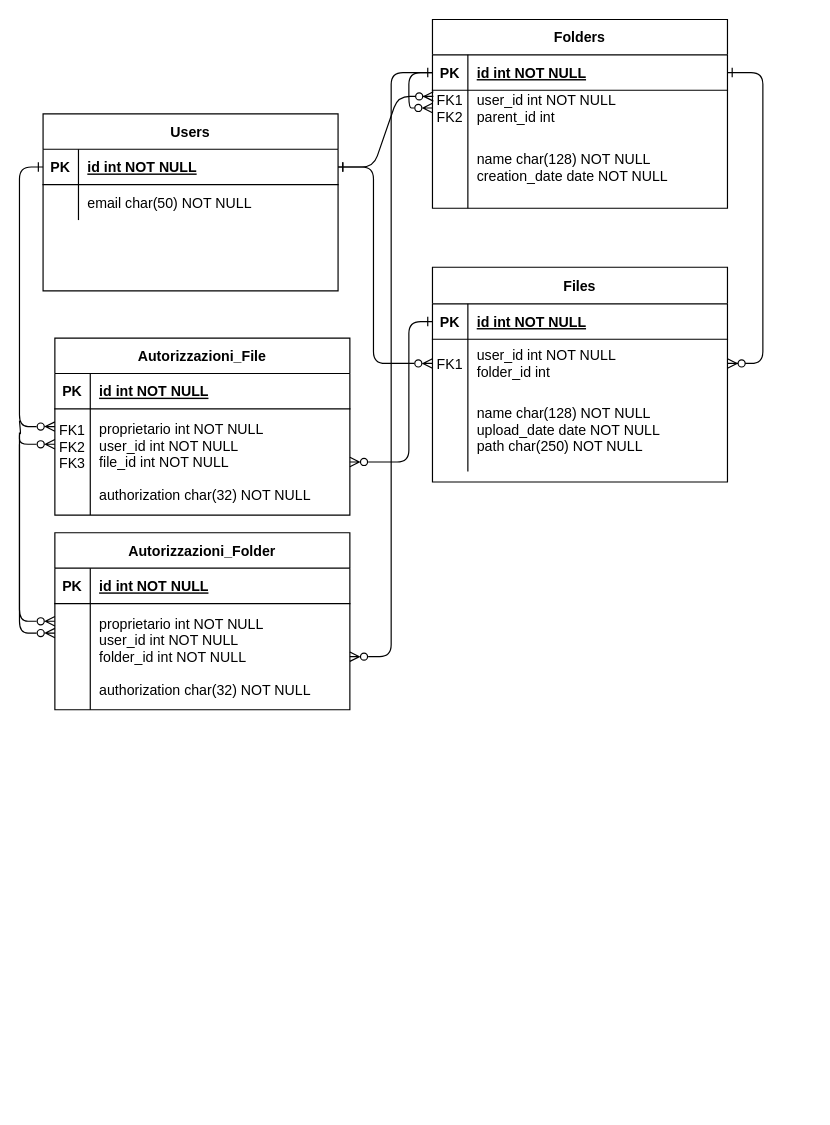
Above: Untitled Diagram.drawio in minatore06/epic_drive (draw.io), before the change. Source tidied: cells renumbered, new cells numbered last; positions are measured from the earlier drawing's top-left corner, leaving out a move shared by most shapes. Both pictures are drawn from the tidied source at 118%, with x=0, y=0 at pixel (19, 19).
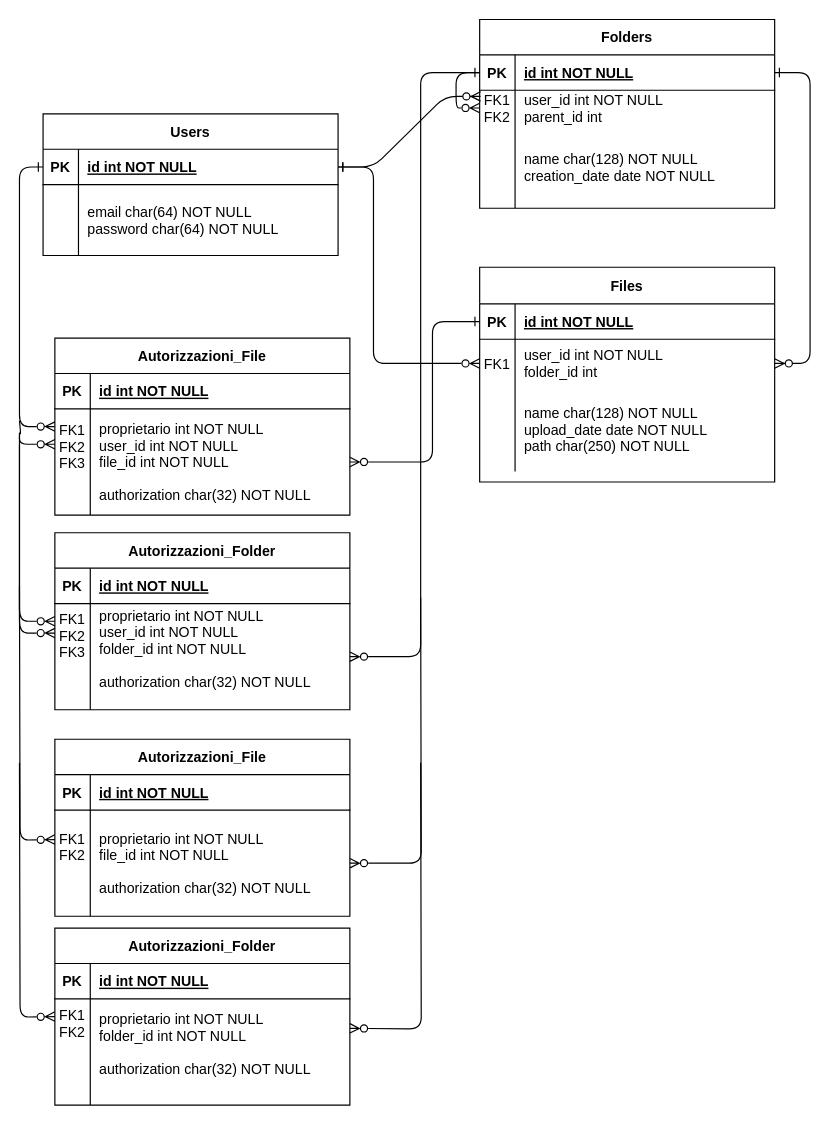
Above is the later version.

Commit message:
added link sharing to db plan.drawio

The change refers to these unchanged cells:
```xml
<mxCell id="6" style="shape=partialRectangle;fillColor=none;points=[[0,0.5],[1,0.5]];portConstraint=eastwest;top=0;left=0;right=0;bottom=1;" parent="5" vertex="1">
  <mxGeometry y="30" width="250" height="30" as="geometry" />
</mxCell>
<mxCell id="16" style="shape=partialRectangle;fillColor=none;points=[[0,0.5],[1,0.5]];portConstraint=eastwest;top=0;left=0;right=0;bottom=1;" parent="15" vertex="1">
  <mxGeometry y="31" width="250" height="30" as="geometry" />
</mxCell>
<mxCell id="38" style="shape=partialRectangle;fillColor=none;points=[[0,0.5],[1,0.5]];portConstraint=eastwest;top=0;left=0;right=0;bottom=0;" parent="34" vertex="1">
  <mxGeometry y="60" width="250" height="90" as="geometry" />
</mxCell>
<mxCell id="48" style="shape=partialRectangle;fillColor=none;points=[[0,0.5],[1,0.5]];portConstraint=eastwest;top=0;left=0;right=0;bottom=0;" parent="44" vertex="1">
  <mxGeometry y="60" width="250" height="90" as="geometry" />
</mxCell>
```

The edit, as a diff of the source:
```diff
@@
     <mxCell id="5" value="Folders" style="shape=table;startSize=30;childLayout=tableLayout;rowLines=0;fontStyle=1;align=center;" parent="1" vertex="1">
-      <mxGeometry x="350" width="250" height="160" as="geometry" />
+      <mxGeometry x="390" width="250" height="160" as="geometry" />
     </mxCell>
@@
     <mxCell id="15" value="Files" style="shape=table;startSize=31;childLayout=tableLayout;rowLines=0;fontStyle=1;align=center;" parent="1" vertex="1">
-      <mxGeometry x="350" y="210" width="250" height="182" as="geometry" />
+      <mxGeometry x="390" y="210" width="250" height="182" as="geometry" />
     </mxCell>
@@
     <mxCell id="26" value="Users" style="shape=table;startSize=30;childLayout=tableLayout;rowLines=0;fontStyle=1;align=center;" parent="1" vertex="1">
-      <mxGeometry x="20" y="80" width="250" height="150" as="geometry" />
+      <mxGeometry x="20" y="80" width="250" height="120" as="geometry" />
     </mxCell>
@@
     <mxCell id="30" style="shape=partialRectangle;fillColor=none;top=0;left=0;right=0;bottom=0;" parent="26" vertex="1">
-      <mxGeometry y="60" width="250" height="30" as="geometry" />
+      <mxGeometry y="60" width="250" height="60" as="geometry" />
     </mxCell>
     <mxCell id="31" style="shape=partialRectangle;overflow=hidden;fillColor=none;top=0;left=0;bottom=0;right=0;" parent="30" vertex="1">
-      <mxGeometry width="30" height="30" as="geometry" />
+      <mxGeometry width="30" height="60" as="geometry" />
     </mxCell>
-    <mxCell id="32" value="email char(50) NOT NULL" style="shape=partialRectangle;overflow=hidden;fillColor=none;top=0;left=0;bottom=0;right=0;align=left;spacingLeft=6;" parent="30" vertex="1">
-      <mxGeometry x="30" width="220" height="30" as="geometry" />
+    <mxCell id="32" value="email char(64) NOT NULL&#10;password char(64) NOT NULL" style="shape=partialRectangle;overflow=hidden;fillColor=none;top=0;left=0;bottom=0;right=0;align=left;spacingLeft=6;" parent="30" vertex="1">
+      <mxGeometry x="30" width="220" height="60" as="geometry" />
     </mxCell>
@@
     <mxCell id="43" style="edgeStyle=orthogonalEdgeStyle;rounded=1;jettySize=auto;html=1;entryX=0;entryY=0.5;entryDx=0;entryDy=0;startArrow=ERzeroToMany;startFill=0;endArrow=ERone;endFill=0;" parent="1" edge="1" source="38" target="16">
       <mxGeometry relative="1" as="geometry">
         <Array as="points">
-          <mxPoint x="330" y="375" />
-          <mxPoint x="330" y="256" />
+          <mxPoint x="350" y="375" />
+          <mxPoint x="350" y="256" />
         </Array>
       </mxGeometry>
     </mxCell>
@@
-    <mxCell id="50" value="proprietario int NOT NULL&#10;user_id int NOT NULL&#10;folder_id int NOT NULL&#10;&#10;authorization char(32) NOT NULL" style="shape=partialRectangle;overflow=hidden;fillColor=none;top=0;left=0;bottom=0;right=0;align=left;spacingLeft=6;" parent="48" vertex="1">
+    <mxCell id="50" value="proprietario int NOT NULL&#10;user_id int NOT NULL&#10;folder_id int NOT NULL&#10;&#10;authorization char(32) NOT NULL&#10;" style="shape=partialRectangle;overflow=hidden;fillColor=none;top=0;left=0;bottom=0;right=0;align=left;spacingLeft=6;" parent="48" vertex="1">
       <mxGeometry x="30" width="220" height="90" as="geometry" />
     </mxCell>
@@
     <mxCell id="53" style="edgeStyle=orthogonalEdgeStyle;rounded=1;jettySize=auto;html=1;entryX=0;entryY=0.5;entryDx=0;entryDy=0;endArrow=none;endFill=0;startArrow=ERzeroToMany;startFill=0;" parent="1" edge="1" source="48" target="6">
-      <mxGeometry relative="1" as="geometry" />
+      <mxGeometry relative="1" as="geometry">
+        <Array as="points">
+          <mxPoint x="340" y="540" />
+          <mxPoint x="340" y="45" />
+        </Array>
+      </mxGeometry>
     </mxCell>
+    <mxCell id="54" value="FK1&#10;FK2&#10;FK3&#10;" style="shape=partialRectangle;overflow=hidden;fillColor=none;top=0;left=0;bottom=0;right=0;" parent="1" vertex="1">
+      <mxGeometry x="30" y="500" width="30" height="41" as="geometry" />
+    </mxCell>
+    <mxCell id="55" style="shape=partialRectangle;fillColor=none;top=0;left=0;right=0;bottom=0;" parent="1" vertex="1">
+      <mxGeometry x="30" y="640" width="250" height="90" as="geometry" />
+    </mxCell>
+    <mxCell id="56" style="shape=partialRectangle;overflow=hidden;fillColor=none;top=0;left=0;bottom=0;right=0;" parent="55" vertex="1">
+      <mxGeometry width="30" height="90" as="geometry" />
+    </mxCell>
+    <mxCell id="57" value="Autorizzazioni_Folder" style="shape=table;startSize=30;childLayout=tableLayout;rowLines=0;fontStyle=1;align=center;" parent="1" vertex="1">
+      <mxGeometry x="30" y="770" width="250" height="150" as="geometry" />
+    </mxCell>
+    <mxCell id="58" style="shape=partialRectangle;fillColor=none;top=0;left=0;right=0;bottom=1;" parent="57" vertex="1">
+      <mxGeometry y="30" width="250" height="30" as="geometry" />
+    </mxCell>
+    <mxCell id="59" value="PK" style="shape=partialRectangle;overflow=hidden;fillColor=none;top=0;left=0;bottom=0;right=0;fontStyle=1;" parent="58" vertex="1">
+      <mxGeometry width="30" height="30" as="geometry" />
+    </mxCell>
+    <mxCell id="60" value="id int NOT NULL " style="shape=partialRectangle;overflow=hidden;fillColor=none;top=0;left=0;bottom=0;right=0;align=left;spacingLeft=6;fontStyle=5;" parent="58" vertex="1">
+      <mxGeometry x="30" width="220" height="30" as="geometry" />
+    </mxCell>
+    <mxCell id="61" style="shape=partialRectangle;fillColor=none;top=0;left=0;right=0;bottom=0;" parent="57" vertex="1">
+      <mxGeometry y="60" width="250" height="90" as="geometry" />
+    </mxCell>
+    <mxCell id="62" style="shape=partialRectangle;overflow=hidden;fillColor=none;top=0;left=0;bottom=0;right=0;" parent="61" vertex="1">
+      <mxGeometry width="30" height="90" as="geometry" />
+    </mxCell>
+    <mxCell id="63" value="proprietario int NOT NULL&#10;folder_id int NOT NULL&#10;&#10;authorization char(32) NOT NULL&#10;" style="shape=partialRectangle;overflow=hidden;fillColor=none;top=0;left=0;bottom=0;right=0;align=left;spacingLeft=6;" parent="61" vertex="1">
+      <mxGeometry x="30" width="220" height="90" as="geometry" />
+    </mxCell>
+    <mxCell id="64" value="FK1&#10;FK2" style="shape=partialRectangle;overflow=hidden;fillColor=none;top=0;left=0;bottom=0;right=0;" parent="1" vertex="1">
+      <mxGeometry x="30" y="830" width="30" height="41" as="geometry" />
+    </mxCell>
+    <mxCell id="65" value="Autorizzazioni_File" style="shape=table;startSize=30;childLayout=tableLayout;rowLines=0;fontStyle=1;align=center;" parent="1" vertex="1">
+      <mxGeometry x="30" y="610" width="250" height="150" as="geometry" />
+    </mxCell>
+    <mxCell id="66" style="shape=partialRectangle;fillColor=none;top=0;left=0;right=0;bottom=1;" parent="65" vertex="1">
+      <mxGeometry y="30" width="250" height="30" as="geometry" />
+    </mxCell>
+    <mxCell id="67" value="PK" style="shape=partialRectangle;overflow=hidden;fillColor=none;top=0;left=0;bottom=0;right=0;fontStyle=1;" parent="66" vertex="1">
+      <mxGeometry width="30" height="30" as="geometry" />
+    </mxCell>
+    <mxCell id="68" value="id int NOT NULL " style="shape=partialRectangle;overflow=hidden;fillColor=none;top=0;left=0;bottom=0;right=0;align=left;spacingLeft=6;fontStyle=5;" parent="66" vertex="1">
+      <mxGeometry x="30" width="220" height="30" as="geometry" />
+    </mxCell>
+    <mxCell id="69" style="shape=partialRectangle;fillColor=none;points=[[0,0.5],[1,0.5]];portConstraint=eastwest;top=0;left=0;right=0;bottom=0;" parent="65" vertex="1">
+      <mxGeometry y="60" width="250" height="90" as="geometry" />
+    </mxCell>
+    <mxCell id="70" value="FK1&#10;FK2&#10;&#10;" style="shape=partialRectangle;overflow=hidden;fillColor=none;top=0;left=0;bottom=0;right=0;" parent="69" vertex="1">
+      <mxGeometry width="30" height="90" as="geometry" />
+    </mxCell>
+    <mxCell id="71" value="proprietario int NOT NULL&#10;file_id int NOT NULL&#10;&#10;authorization char(32) NOT NULL" style="shape=partialRectangle;overflow=hidden;fillColor=none;top=0;left=0;bottom=0;right=0;align=left;spacingLeft=6;" parent="69" vertex="1">
+      <mxGeometry x="30" width="220" height="90" as="geometry" />
+    </mxCell>
+    <mxCell id="72" style="edgeStyle=orthogonalEdgeStyle;rounded=1;jettySize=auto;html=1;endArrow=none;endFill=0;startArrow=ERzeroToMany;startFill=0;" parent="1" edge="1" source="69">
+      <mxGeometry relative="1" as="geometry">
+        <mxPoint x="340" y="490" as="targetPoint" />
+      </mxGeometry>
+    </mxCell>
+    <mxCell id="73" style="edgeStyle=orthogonalEdgeStyle;rounded=1;orthogonalLoop=1;jettySize=auto;html=1;endArrow=none;endFill=0;startArrow=ERzeroToMany;startFill=0;" parent="1" edge="1">
+      <mxGeometry relative="1" as="geometry">
+        <mxPoint x="280" y="855" as="sourcePoint" />
+        <mxPoint x="340" y="630" as="targetPoint" />
+      </mxGeometry>
+    </mxCell>
+    <mxCell id="74" style="edgeStyle=orthogonalEdgeStyle;rounded=1;orthogonalLoop=1;jettySize=auto;html=1;endArrow=none;endFill=0;startArrow=ERzeroToMany;startFill=0;" parent="1" edge="1">
+      <mxGeometry relative="1" as="geometry">
+        <mxPoint x="30" y="695" as="sourcePoint" />
+        <mxPoint y="480" as="targetPoint" />
+      </mxGeometry>
+    </mxCell>
+    <mxCell id="75" style="edgeStyle=orthogonalEdgeStyle;rounded=1;orthogonalLoop=1;jettySize=auto;html=1;endArrow=none;endFill=0;startArrow=ERzeroToMany;startFill=0;" parent="1" edge="1">
+      <mxGeometry relative="1" as="geometry">
+        <mxPoint x="30" y="845" as="sourcePoint" />
+        <mxPoint y="630" as="targetPoint" />
+      </mxGeometry>
+    </mxCell>
```
